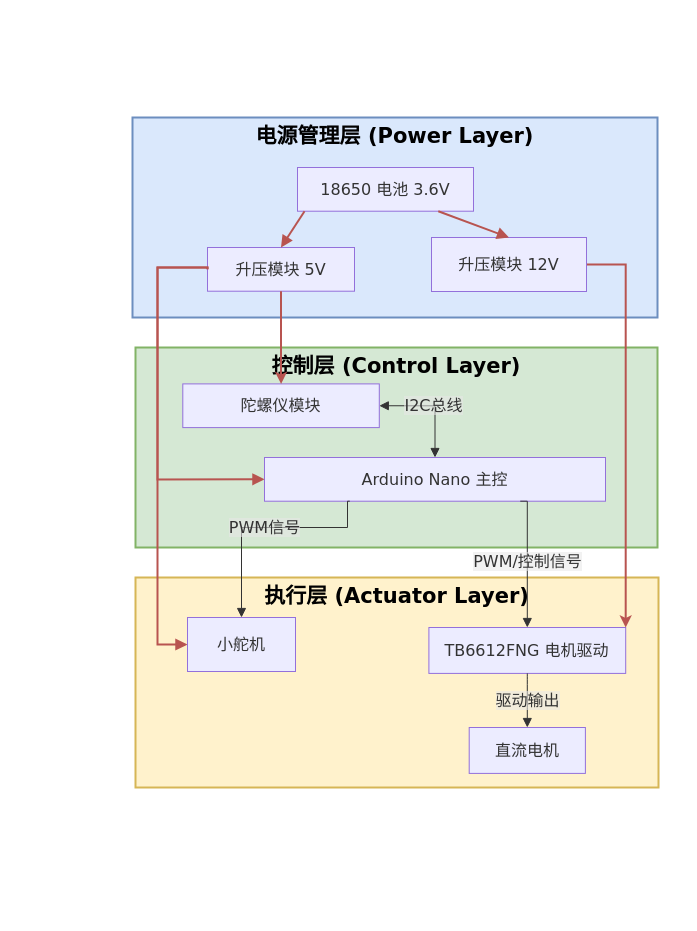
Above: 小船硬件架构图.drawio in xinlanzi/Induisal-design (draw.io), before the change. Source tidied: cells renumbered, new cells numbered last; positions are measured from the earlier drawing's top-left corner, leaving out a move shared by most shapes. Both pictures are drawn from the tidied source at 100%, with x=0, y=0 at pixel (17, 17).
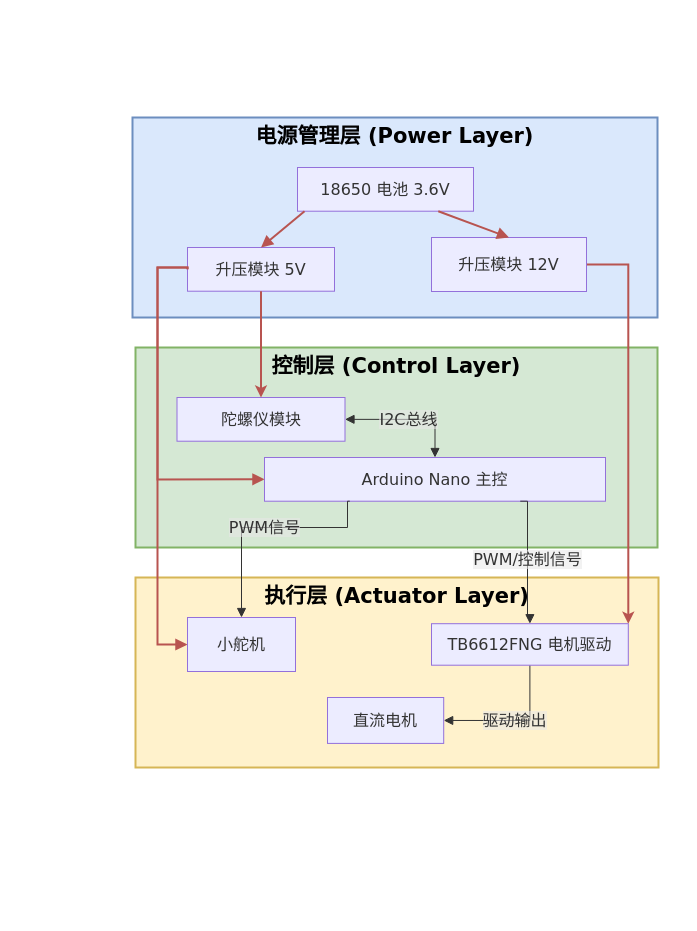
After the change.

Commit message (it also covers changes not shown here):
更新小船硬件架构图.drawio

Unchanged cells that the change refers to:
```xml
<mxCell id="2" style="group;transparentBounds=1;editIcon=1;lockedGroup=0;groupPadding=20;" parent="1" vertex="1">
  <mxGeometry width="663" height="897" as="geometry" />
</mxCell>
<mxCell id="3" value="&lt;font style=&quot;font-size: 21px;&quot;&gt;&lt;b&gt;电源管理层 (Power Layer)&lt;/b&gt;&lt;/font&gt;" style="html=1;whiteSpace=wrap;strokeWidth=2;verticalAlign=top;fillColor=#dae8fc;strokeColor=#6c8ebf;fontFamily=Trebuchet MS,Verdana,Arial,sans-serif;fontSize=16;" parent="2" vertex="1">
  <mxGeometry x="115" y="100" width="525" height="200" as="geometry" />
</mxCell>
<mxCell id="8" value="Arduino Nano 主控" style="html=1;whiteSpace=wrap;strokeWidth=1;fillColor=light-dark(#ECECFF,#1f2020);strokeColor=light-dark(#9370DB,#cccccc);fontColor=light-dark(#333333,#cccccc);fontFamily=Trebuchet MS,Verdana,Arial,sans-serif;fontSize=16;" parent="7" vertex="1">
  <mxGeometry x="129" y="110" width="341" height="43.7" as="geometry" />
</mxCell>
<mxCell id="23" value="小舵机" style="html=1;whiteSpace=wrap;strokeWidth=1;fillColor=light-dark(#ECECFF,#1f2020);strokeColor=light-dark(#9370DB,#cccccc);fontColor=light-dark(#333333,#cccccc);fontFamily=Trebuchet MS,Verdana,Arial,sans-serif;fontSize=16;" parent="2" vertex="1">
  <mxGeometry x="170" y="600" width="108" height="54" as="geometry" />
</mxCell>
```

Change to the diagram source:
```diff
@@
     <mxCell id="5" value="升压模块 5V" style="html=1;whiteSpace=wrap;strokeWidth=1;fillColor=light-dark(#ECECFF,#1f2020);strokeColor=light-dark(#9370DB,#cccccc);fontColor=light-dark(#333333,#cccccc);fontFamily=Trebuchet MS,Verdana,Arial,sans-serif;fontSize=16;" parent="3" vertex="1">
-      <mxGeometry x="75" y="130" width="147" height="43.7" as="geometry" />
+      <mxGeometry x="55" y="130" width="147" height="43.7" as="geometry" />
     </mxCell>
@@
-    <mxCell id="7" value="&lt;font style=&quot;font-size: 21px;&quot;&gt;&lt;b&gt;控制层 (Control Layer)&lt;/b&gt;&lt;/font&gt;" style="html=1;whiteSpace=wrap;strokeWidth=2;verticalAlign=top;fillColor=#d5e8d4;strokeColor=#82b366;fontFamily=Trebuchet MS,Verdana,Arial,sans-serif;fontSize=16;" parent="2" vertex="1">
+    <mxCell id="7" value="&lt;font style=&quot;font-size: 21px;&quot;&gt;&lt;b&gt;控制层 (&lt;/b&gt;&lt;b&gt;Control Layer&lt;/b&gt;&lt;b&gt;)&lt;/b&gt;&lt;/font&gt;" style="html=1;whiteSpace=wrap;strokeWidth=2;verticalAlign=top;fillColor=#d5e8d4;strokeColor=#82b366;fontFamily=Trebuchet MS,Verdana,Arial,sans-serif;fontSize=16;" parent="2" vertex="1">
       <mxGeometry x="118" y="330" width="522" height="200" as="geometry" />
     </mxCell>
@@
     <mxCell id="9" value="陀螺仪模块" style="html=1;whiteSpace=wrap;strokeWidth=1;fillColor=light-dark(#ECECFF,#1f2020);strokeColor=light-dark(#9370DB,#cccccc);fontColor=light-dark(#333333,#cccccc);fontFamily=Trebuchet MS,Verdana,Arial,sans-serif;fontSize=16;" parent="7" vertex="1">
-      <mxGeometry x="47.3" y="36.4" width="196.5" height="43.7" as="geometry" />
+      <mxGeometry x="41.5" y="50" width="168" height="43.7" as="geometry" />
     </mxCell>
@@
     <mxCell id="11" value="&lt;font style=&quot;font-size: 21px;&quot;&gt;&lt;b&gt;执行层 (Actuator Layer)&lt;/b&gt;&lt;/font&gt;" style="html=1;whiteSpace=wrap;strokeWidth=2;verticalAlign=top;fillColor=#fff2cc;strokeColor=#d6b656;fontFamily=Trebuchet MS,Verdana,Arial,sans-serif;fontSize=16;" parent="2" vertex="1">
-      <mxGeometry x="118" y="560" width="523" height="210" as="geometry" />
+      <mxGeometry x="118" y="560" width="523" height="190" as="geometry" />
     </mxCell>
-    <mxCell id="12" value="TB6612FNG 电机驱动" style="html=1;whiteSpace=wrap;strokeWidth=1;fillColor=light-dark(#ECECFF,#1f2020);strokeColor=light-dark(#9370DB,#cccccc);fontColor=light-dark(#333333,#cccccc);fontFamily=Trebuchet MS,Verdana,Arial,sans-serif;fontSize=16;" parent="11" vertex="1">
-      <mxGeometry x="293.4" y="50" width="196.8" height="45.9" as="geometry" />
-    </mxCell>
-    <mxCell id="13" value="直流电机" style="html=1;whiteSpace=wrap;strokeWidth=1;fillColor=light-dark(#ECECFF,#1f2020);strokeColor=light-dark(#9370DB,#cccccc);fontColor=light-dark(#333333,#cccccc);fontFamily=Trebuchet MS,Verdana,Arial,sans-serif;fontSize=16;" parent="11" vertex="1">
-      <mxGeometry x="333.7" y="150" width="116.2" height="45.9" as="geometry" />
-    </mxCell>
-    <mxCell id="14" value="驱动输出" style="curved=1;startArrow=none;endArrow=block;endSize=7;strokeColor=light-dark(#333333,#cccccc);html=1;fontSize=16;labelBackgroundColor=light-dark(#E8E8E88D,#2a2a2a8D);fontFamily=Trebuchet MS,Verdana,Arial,sans-serif;fontColor=light-dark(#333333,#cccccc);exitX=0.5;exitY=1;entryX=0.5;entryY=0;rounded=0;" parent="11" edge="1" source="12" target="13">
-      <mxGeometry relative="1" as="geometry" />
-    </mxCell>
     <mxCell id="15" style="startArrow=none;endArrow=block;endSize=7;strokeColor=#b85450;html=1;fontSize=16;labelBackgroundColor=light-dark(#E8E8E88D,#2a2a2a8D);fontFamily=Trebuchet MS,Verdana,Arial,sans-serif;fontColor=light-dark(#333333,#cccccc);exitX=0;exitY=0.5;entryX=0;entryY=0.5;rounded=0;edgeStyle=orthogonalEdgeStyle;fillColor=#f8cecc;strokeWidth=2;exitDx=0;exitDy=0;entryDx=0;entryDy=0;" parent="2" edge="1" source="5" target="8">
       <mxGeometry relative="1" as="geometry">
         <Array as="points">
-          <mxPoint x="190" y="250" />
+          <mxPoint x="170" y="250" />
           <mxPoint x="140" y="250" />
           <mxPoint x="140" y="462" />
         </Array>
       </mxGeometry>
     </mxCell>
     <mxCell id="16" style="startArrow=none;endArrow=block;endSize=7;strokeColor=#b85450;html=1;fontSize=16;labelBackgroundColor=light-dark(#E8E8E88D,#2a2a2a8D);fontFamily=Trebuchet MS,Verdana,Arial,sans-serif;fontColor=light-dark(#333333,#cccccc);exitX=0;exitY=0.5;entryX=0;entryY=0.5;rounded=0;edgeStyle=orthogonalEdgeStyle;fillColor=#f8cecc;strokeWidth=2;exitDx=0;exitDy=0;entryDx=0;entryDy=0;" parent="2" edge="1" source="5" target="23">
       <mxGeometry x="-0.02" y="-130" relative="1" as="geometry">
         <Array as="points">
-          <mxPoint x="190" y="250" />
+          <mxPoint x="170" y="250" />
           <mxPoint x="140" y="250" />
           <mxPoint x="140" y="627" />
         </Array>
       </mxGeometry>
     </mxCell>
     <mxCell id="17" value="PWM/控制信号" style="startArrow=none;endArrow=block;endSize=7;strokeColor=light-dark(#333333,#cccccc);html=1;fontSize=16;labelBackgroundColor=light-dark(#E8E8E88D,#2a2a2a8D);fontFamily=Trebuchet MS,Verdana,Arial,sans-serif;fontColor=light-dark(#333333,#cccccc);exitX=0.75;exitY=1;entryX=0.5;entryY=0;rounded=0;edgeStyle=orthogonalEdgeStyle;entryDx=0;entryDy=0;exitDx=0;exitDy=0;" parent="2" edge="1" source="8" target="12">
       <mxGeometry relative="1" as="geometry">
         <Array as="points">
           <mxPoint x="510" y="484" />
+          <mxPoint x="510" y="600" />
+          <mxPoint x="512" y="600" />
         </Array>
       </mxGeometry>
     </mxCell>
@@
+    <mxCell id="13" value="直流电机" style="html=1;whiteSpace=wrap;strokeWidth=1;fillColor=light-dark(#ECECFF,#1f2020);strokeColor=light-dark(#9370DB,#cccccc);fontColor=light-dark(#333333,#cccccc);fontFamily=Trebuchet MS,Verdana,Arial,sans-serif;fontSize=16;" parent="2" vertex="1">
+      <mxGeometry x="310" y="680" width="116.2" height="45.9" as="geometry" />
+    </mxCell>
+    <mxCell id="14" value="驱动输出" style="startArrow=none;endArrow=block;endSize=7;strokeColor=light-dark(#333333,#cccccc);html=1;fontSize=16;labelBackgroundColor=light-dark(#E8E8E88D,#2a2a2a8D);fontFamily=Trebuchet MS,Verdana,Arial,sans-serif;fontColor=light-dark(#333333,#cccccc);exitX=0.5;exitY=1;entryX=1;entryY=0.5;rounded=0;entryDx=0;entryDy=0;edgeStyle=orthogonalEdgeStyle;" parent="2" edge="1" source="12" target="13">
+      <mxGeometry relative="1" as="geometry" />
+    </mxCell>
+    <mxCell id="12" value="TB6612FNG 电机驱动" style="html=1;whiteSpace=wrap;strokeWidth=1;fillColor=light-dark(#ECECFF,#1f2020);strokeColor=light-dark(#9370DB,#cccccc);fontColor=light-dark(#333333,#cccccc);fontFamily=Trebuchet MS,Verdana,Arial,sans-serif;fontSize=16;" parent="2" vertex="1">
+      <mxGeometry x="414" y="606.2" width="196.8" height="41.5" as="geometry" />
+    </mxCell>
```
